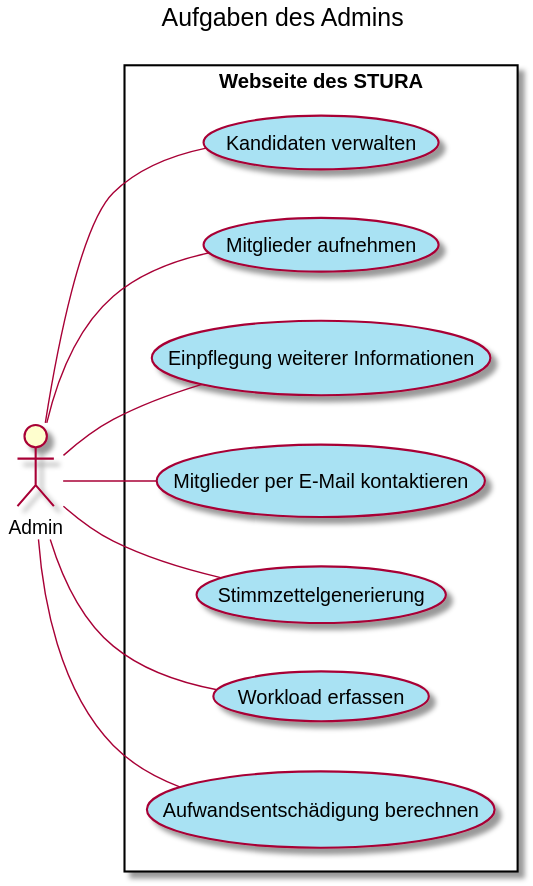
Earlier version of the PlantUML export docs/requirements/{diagramsdir}/diagramm_use_case-model.svg (ManuelaZiesche/SE-RE-I4). The source it was exported from:
```plantuml
@startuml diagramm_use_case-model
left to right direction

title  Aufgaben des Admins

actor Admin


rectangle "Webseite des STURA" {
  "Kandidaten verwalten" as (uc01) #A9E2F3
  "Mitglieder aufnehmen" as (uc02) #A9E2F3
  "Einpflegung weiterer Informationen" as (uc03) #A9E2F3
  "Mitglieder per E-Mail kontaktieren" as (uc04) #A9E2F3
  "Stimmzettelgenerierung" as (uc05) #A9E2F3
  "Workload erfassen" as (uc06) #A9E2F3
  "Aufwandsentschädigung berechnen" as (uc07) #A9E2F3
}


Admin -- (uc01)
Admin -- (uc02)
Admin -- (uc03)
Admin -- (uc04)
Admin -- (uc05)
Admin -- (uc06)
Admin -- (uc07)


@enduml
```
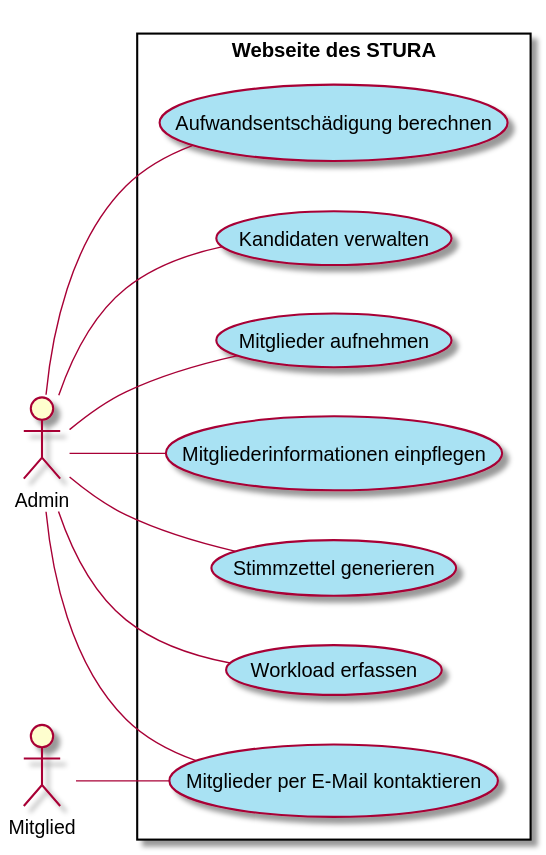
The same diagram one commit later.

Commit message:
Changed Use Case model

Change to the diagram source:
```diff
@@ -1,7 +1,5 @@
 @startuml diagramm_use_case-model
 left to right direction
-
-title  Aufgaben des Admins
 
 actor Admin
 
@@ -9,9 +7,9 @@
 rectangle "Webseite des STURA" {
   "Kandidaten verwalten" as (uc01) #A9E2F3
   "Mitglieder aufnehmen" as (uc02) #A9E2F3
-  "Einpflegung weiterer Informationen" as (uc03) #A9E2F3
+  "Mitgliederinformationen einpflegen" as (uc03) #A9E2F3
   "Mitglieder per E-Mail kontaktieren" as (uc04) #A9E2F3
-  "Stimmzettelgenerierung" as (uc05) #A9E2F3
+  "Stimmzettel generieren" as (uc05) #A9E2F3
   "Workload erfassen" as (uc06) #A9E2F3
   "Aufwandsentschädigung berechnen" as (uc07) #A9E2F3
 }
@@ -21,6 +19,7 @@
 Admin -- (uc02)
 Admin -- (uc03)
 Admin -- (uc04)
+Mitglied -- (uc04)
 Admin -- (uc05)
 Admin -- (uc06)
 Admin -- (uc07)
```
